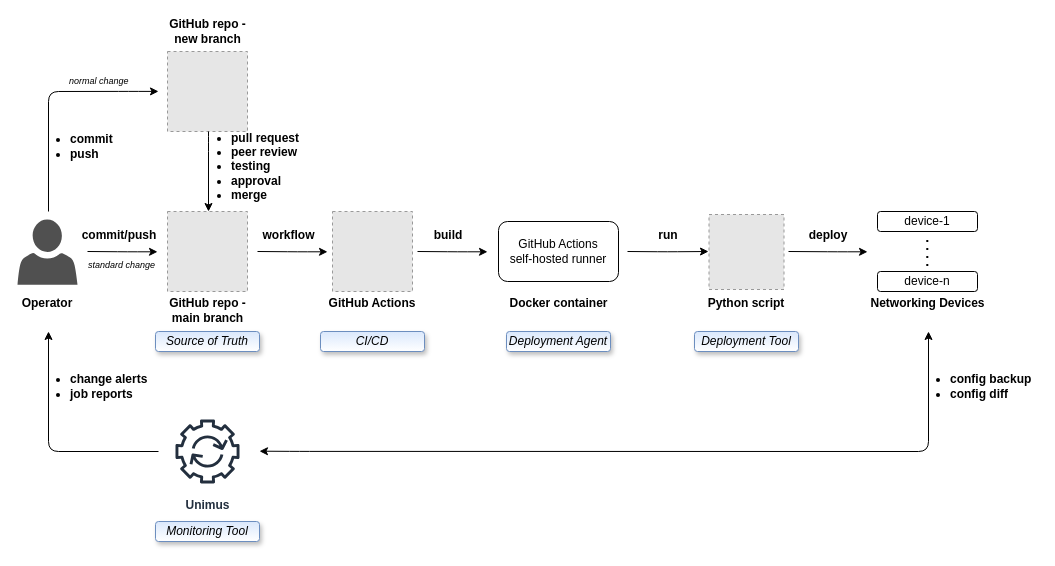
gdmoney/network-automation-github-actions keeps this draw.io diagram as diagram-network-automation-github-actions.drawio. Above is the earlier version. Source tidied: cells renumbered, new cells numbered last; positions are measured from the earlier drawing's top-left corner, leaving out a move shared by most shapes. Both pictures are drawn from the tidied source at 100%, with x=0, y=0 at pixel (17, 21). Pictures stored in the file or linked from it are replaced by grey dashed boxes.
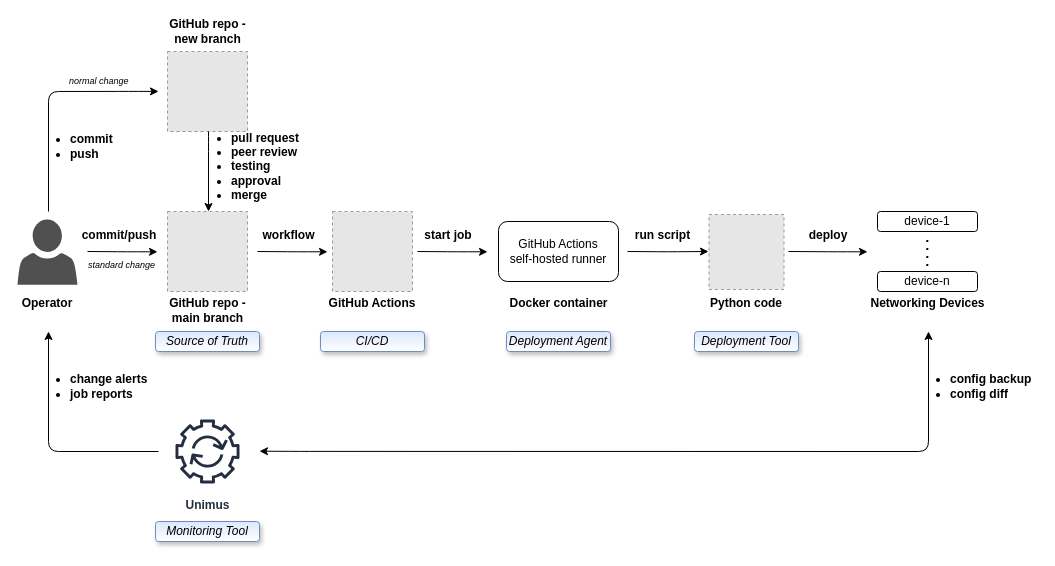
Above is the later version.

Diff of the diagram source:
```diff
@@
-    <mxCell id="14" value="&lt;b&gt;Python script&lt;/b&gt;" style="text;html=1;strokeColor=none;fillColor=none;align=center;verticalAlign=middle;whiteSpace=wrap;rounded=0;" parent="1" vertex="1">
+    <mxCell id="14" value="&lt;b&gt;Python code&lt;/b&gt;" style="text;html=1;strokeColor=none;fillColor=none;align=center;verticalAlign=middle;whiteSpace=wrap;rounded=0;" parent="1" vertex="1">
       <mxGeometry x="689" y="272" width="80" height="20" as="geometry" />
     </mxCell>
-    <mxCell id="15" value="&lt;b&gt;build&lt;/b&gt;" style="text;html=1;strokeColor=none;fillColor=none;align=center;verticalAlign=middle;whiteSpace=wrap;rounded=0;" parent="1" vertex="1">
-      <mxGeometry x="411" y="204" width="40" height="20" as="geometry" />
+    <mxCell id="15" value="&lt;b&gt;start job&lt;/b&gt;" style="text;html=1;strokeColor=none;fillColor=none;align=center;verticalAlign=middle;whiteSpace=wrap;rounded=0;" parent="1" vertex="1">
+      <mxGeometry x="400" y="204" width="62" height="20" as="geometry" />
     </mxCell>
-    <mxCell id="16" value="&lt;b&gt;run&lt;/b&gt;" style="text;html=1;strokeColor=none;fillColor=none;align=center;verticalAlign=middle;whiteSpace=wrap;rounded=0;" parent="1" vertex="1">
-      <mxGeometry x="631" y="204" width="40" height="20" as="geometry" />
+    <mxCell id="16" value="&lt;b&gt;run script&lt;/b&gt;" style="text;html=1;strokeColor=none;fillColor=none;align=center;verticalAlign=middle;whiteSpace=wrap;rounded=0;" parent="1" vertex="1">
+      <mxGeometry x="612" y="204" width="67" height="20" as="geometry" />
     </mxCell>
```
